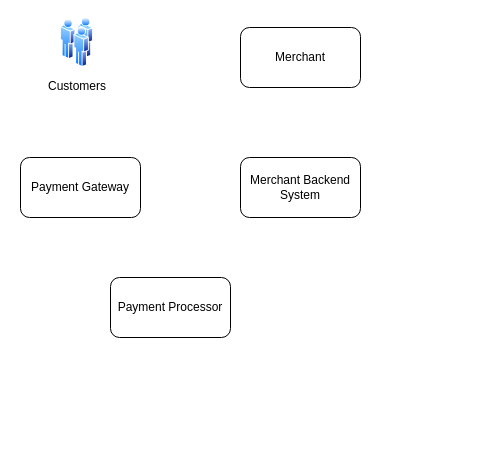
Earlier version of the draw.io diagram Payment_System_Design.drawio (ktsunkara9/Architectures). Source tidied: cells renumbered, new cells numbered last; positions are measured from the earlier drawing's top-left corner, leaving out a move shared by most shapes. Both pictures are drawn from the tidied source at 100%, with x=0, y=0 at pixel (20, 17).
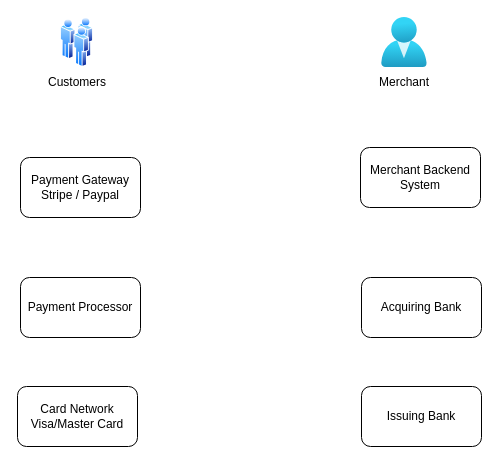
Above is the later version.

Diff of the diagram source:
```diff
@@
 <mxGraphModel>
   <root>
     <mxCell id="0" />
     <mxCell id="1" parent="0" />
-    <mxCell id="2" value="Payment Gateway" style="rounded=1;whiteSpace=wrap;html=1;" parent="1" vertex="1">
+    <mxCell id="2" value="Payment Gateway&lt;div&gt;Stripe / Paypal&lt;/div&gt;" style="rounded=1;whiteSpace=wrap;html=1;" parent="1" vertex="1">
       <mxGeometry y="140" width="120" height="60" as="geometry" />
     </mxCell>
     <mxCell id="3" style="image;perimeter=ellipsePerimeter;html=1;align=center;shadow=0;dashed=0;spacingTop=3;image=img/lib/active_directory/users.svg;" parent="1" vertex="1">
       <mxGeometry x="40" width="33" height="50" as="geometry" />
     </mxCell>
     <mxCell id="4" value="Merchant Backend System" style="rounded=1;whiteSpace=wrap;html=1;" parent="1" vertex="1">
-      <mxGeometry x="220" y="140" width="120" height="60" as="geometry" />
+      <mxGeometry x="340" y="130" width="120" height="60" as="geometry" />
     </mxCell>
-    <mxCell id="5" value="Merchant" style="rounded=1;whiteSpace=wrap;html=1;" parent="1" vertex="1">
-      <mxGeometry x="220" y="10" width="120" height="60" as="geometry" />
-    </mxCell>
     <mxCell id="6" value="Payment Processor" style="rounded=1;whiteSpace=wrap;html=1;" parent="1" vertex="1">
-      <mxGeometry x="90" y="260" width="120" height="60" as="geometry" />
+      <mxGeometry y="260" width="120" height="60" as="geometry" />
     </mxCell>
     <mxCell id="7" value="Customers" style="text;html=1;whiteSpace=wrap;strokeColor=none;fillColor=none;align=center;verticalAlign=middle;rounded=0;" parent="1" vertex="1">
-      <mxGeometry x="27" y="54" width="60" height="30" as="geometry" />
+      <mxGeometry x="27" y="50" width="60" height="30" as="geometry" />
     </mxCell>
+    <mxCell id="8" value="Card Network&lt;div&gt;Visa/Master Card&lt;/div&gt;" style="rounded=1;whiteSpace=wrap;html=1;" parent="1" vertex="1">
+      <mxGeometry x="-3" y="369" width="120" height="60" as="geometry" />
+    </mxCell>
+    <mxCell id="9" value="Issuing Bank" style="rounded=1;whiteSpace=wrap;html=1;" parent="1" vertex="1">
+      <mxGeometry x="341" y="369" width="120" height="60" as="geometry" />
+    </mxCell>
+    <mxCell id="10" value="Acquiring Bank" style="rounded=1;whiteSpace=wrap;html=1;" parent="1" vertex="1">
+      <mxGeometry x="341" y="260" width="120" height="60" as="geometry" />
+    </mxCell>
+    <mxCell id="11" style="image;html=1;align=center;fontSize=12;image=img/lib/azure2/identity/Users.svg;" parent="1" vertex="1">
+      <mxGeometry x="361.1" width="45.7" height="50" as="geometry" />
+    </mxCell>
+    <mxCell id="5" value="Merchant" style="text;html=1;whiteSpace=wrap;strokeColor=none;fillColor=none;align=center;verticalAlign=middle;rounded=0;" parent="1" vertex="1">
+      <mxGeometry x="354" y="50" width="60" height="30" as="geometry" />
+    </mxCell>
   </root>
 </mxGraphModel>
```
